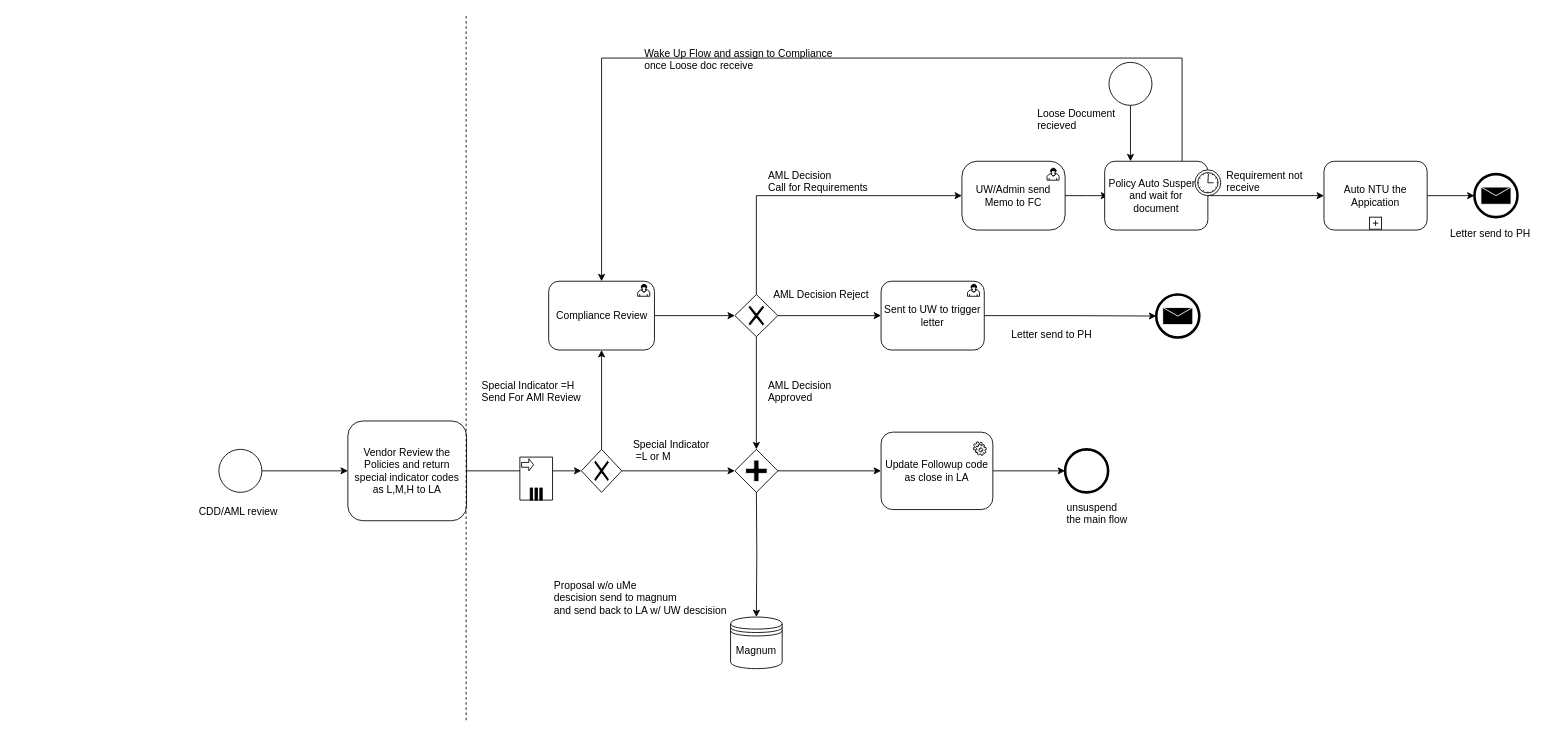
Before: page "AML" (6 of 7) of Untitled Diagram.drawio in Jefferzonlee/WorkFlow-BPR, a draw.io diagram. Source tidied: cells renumbered, new cells numbered last; positions are measured from the earlier drawing's top-left corner, leaving out a move shared by most shapes. Both pictures are drawn from the tidied source at 86%, with x=0, y=0 at pixel (197, 15).
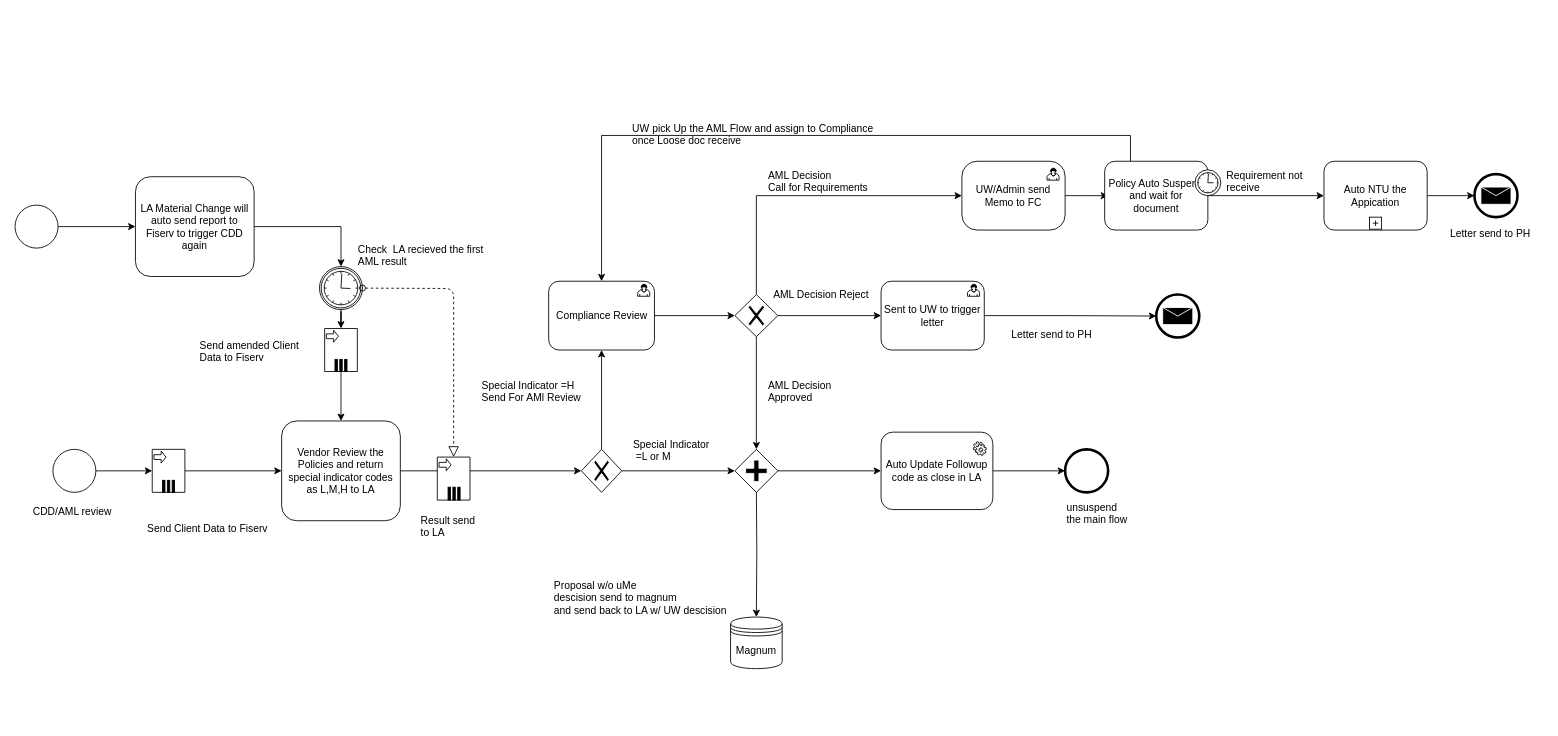
The same diagram, later.

The change refers to these unchanged cells:
```xml
<mxCell id="13" value="Compliance Review" style="shape=ext;rounded=1;html=1;whiteSpace=wrap;" parent="1" vertex="1">
  <mxGeometry x="408.5" y="309.5" width="123" height="80" as="geometry" />
</mxCell>
<mxCell id="46" value="Policy Auto Suspend and wait for document" style="html=1;whiteSpace=wrap;rounded=1;" parent="1" vertex="1">
  <mxGeometry x="1055" y="170" width="120" height="80" as="geometry" />
</mxCell>
```

What changed in the source:
```diff
@@
-    <mxCell id="3" value="Update Followup code as close in LA&lt;br&gt;" style="html=1;whiteSpace=wrap;rounded=1;" parent="1" vertex="1">
+    <mxCell id="3" value="Auto Update Followup code as close in LA&lt;br&gt;" style="html=1;whiteSpace=wrap;rounded=1;" parent="1" vertex="1">
       <mxGeometry x="795" y="485" width="130" height="90" as="geometry" />
     </mxCell>
@@
     <mxCell id="11" value="Vendor Review the Policies and return special indicator codes as L,M,H to LA" style="html=1;whiteSpace=wrap;rounded=1;" parent="1" vertex="1">
-      <mxGeometry x="175" y="472" width="138" height="116" as="geometry" />
+      <mxGeometry x="98" y="472" width="138" height="116" as="geometry" />
     </mxCell>
@@
     <mxCell id="18" style="shape=note;whiteSpace=wrap;size=0;html=1;" parent="1" vertex="1">
-      <mxGeometry x="375" y="514" width="38" height="50" as="geometry" />
+      <mxGeometry x="279" y="514" width="38" height="50" as="geometry" />
     </mxCell>
@@
     <mxCell id="20" style="html=1;whiteSpace=wrap;shape=parallelMarker;" parent="18" vertex="1">
-      <mxGeometry x="0.5" y="1" width="14" height="14" relative="1" as="geometry">
-        <mxPoint x="-7" y="-14" as="offset" />
+      <mxGeometry x="0.5" y="1" width="14" height="15" relative="1" as="geometry">
+        <mxPoint x="-6.5" y="-15" as="offset" />
       </mxGeometry>
     </mxCell>
@@
-    <mxCell id="27" style="edgeStyle=orthogonalEdgeStyle;rounded=0;jettySize=auto;html=1;" parent="1" edge="1" source="28" target="11">
+    <mxCell id="27" style="edgeStyle=orthogonalEdgeStyle;rounded=0;jettySize=auto;html=1;entryX=0;entryY=0.5;entryDx=0;entryDy=0;" parent="1" edge="1" source="63" target="11">
       <mxGeometry relative="1" as="geometry" />
     </mxCell>
     <mxCell id="28" style="shape=mxgraph.bpmn.shape;html=1;verticalLabelPosition=bottom;labelBackgroundColor=#ffffff;verticalAlign=top;align=center;perimeter=ellipsePerimeter;outlineConnect=0;outline=standard;symbol=general;" parent="1" vertex="1">
-      <mxGeometry x="25" y="505" width="50" height="50" as="geometry" />
+      <mxGeometry x="-168" y="505" width="50" height="50" as="geometry" />
     </mxCell>
     <mxCell id="29" value="CDD/AML review" style="text;html=1;align=left;verticalAlign=top;spacingTop=-4;" parent="1" vertex="1">
-      <mxGeometry y="568" width="110" height="20" as="geometry" />
+      <mxGeometry x="-193" y="568" width="110" height="20" as="geometry" />
     </mxCell>
@@
-    <mxCell id="40" style="edgeStyle=orthogonalEdgeStyle;rounded=0;jettySize=auto;html=1;entryX=0.25;entryY=0;entryDx=0;entryDy=0;exitX=0.5;exitY=1;exitDx=0;exitDy=0;" parent="1" edge="1" source="41" target="46">
-      <mxGeometry relative="1" as="geometry" />
-    </mxCell>
-    <mxCell id="41" style="shape=mxgraph.bpmn.shape;html=1;verticalLabelPosition=bottom;labelBackgroundColor=#ffffff;verticalAlign=top;align=center;perimeter=ellipsePerimeter;outlineConnect=0;outline=standard;symbol=general;" parent="1" vertex="1">
-      <mxGeometry x="1060" y="55" width="50" height="50" as="geometry" />
-    </mxCell>
-    <mxCell id="42" value="Loose Document &lt;br&gt;recieved" style="text;html=1;align=left;verticalAlign=top;spacingTop=-4;" parent="1" vertex="1">
-      <mxGeometry x="975" y="105" width="110" height="30" as="geometry" />
-    </mxCell>
@@
-    <mxCell id="44" style="edgeStyle=orthogonalEdgeStyle;rounded=0;jettySize=auto;html=1;exitX=0.75;exitY=0;exitDx=0;exitDy=0;entryX=0.5;entryY=0;entryDx=0;entryDy=0;" parent="1" edge="1" source="46" target="13">
+    <mxCell id="44" style="edgeStyle=orthogonalEdgeStyle;rounded=0;jettySize=auto;html=1;exitX=0.25;exitY=0;exitDx=0;exitDy=0;entryX=0.5;entryY=0;entryDx=0;entryDy=0;" parent="1" edge="1" source="46" target="13">
       <mxGeometry relative="1" as="geometry">
         <Array as="points">
-          <mxPoint x="1145" y="50" />
-          <mxPoint x="470" y="50" />
+          <mxPoint x="1085" y="140" />
+          <mxPoint x="470" y="140" />
         </Array>
       </mxGeometry>
     </mxCell>
@@
-    <mxCell id="48" value="Wake Up Flow and assign to Compliance&lt;br&gt;once Loose doc receive&lt;br&gt;" style="text;html=1;align=left;verticalAlign=top;spacingTop=-4;" parent="1" vertex="1">
-      <mxGeometry x="518" y="35" width="230" height="30" as="geometry" />
+    <mxCell id="48" value="UW pick Up the AML Flow and assign to Compliance&lt;br&gt;once Loose doc receive&lt;br&gt;" style="text;html=1;align=left;verticalAlign=top;spacingTop=-4;" parent="1" vertex="1">
+      <mxGeometry x="504" y="122" width="300" height="30" as="geometry" />
     </mxCell>
@@
-    <mxCell id="56" style="endArrow=none;dashed=1;html=1;" parent="1" edge="1">
-      <mxGeometry relative="1" as="geometry">
-        <mxPoint x="312.5" y="820" as="sourcePoint" />
-        <mxPoint x="312.5" as="targetPoint" />
-      </mxGeometry>
-    </mxCell>
@@
+    <mxCell id="58" style="edgeStyle=orthogonalEdgeStyle;rounded=0;jettySize=auto;html=1;" parent="1" edge="1" source="59" target="62">
+      <mxGeometry relative="1" as="geometry" />
+    </mxCell>
+    <mxCell id="59" style="shape=mxgraph.bpmn.shape;html=1;verticalLabelPosition=bottom;labelBackgroundColor=#ffffff;verticalAlign=top;align=center;perimeter=ellipsePerimeter;outlineConnect=0;outline=standard;symbol=general;" parent="1" vertex="1">
+      <mxGeometry x="-212" y="221" width="50" height="50" as="geometry" />
+    </mxCell>
+    <mxCell id="60" style="edgeStyle=orthogonalEdgeStyle;rounded=0;jettySize=auto;html=1;" parent="1" edge="1" source="73" target="11">
+      <mxGeometry relative="1" as="geometry" />
+    </mxCell>
+    <mxCell id="61" style="edgeStyle=orthogonalEdgeStyle;rounded=0;jettySize=auto;html=1;entryX=0.5;entryY=0;entryDx=0;entryDy=0;" parent="1" edge="1" source="62" target="69">
+      <mxGeometry relative="1" as="geometry" />
+    </mxCell>
+    <mxCell id="62" value="LA Material Change will auto send report to Fiserv to trigger CDD again" style="html=1;whiteSpace=wrap;rounded=1;" parent="1" vertex="1">
+      <mxGeometry x="-72" y="188" width="138" height="116" as="geometry" />
+    </mxCell>
+    <mxCell id="63" style="shape=note;whiteSpace=wrap;size=0;html=1;" parent="1" vertex="1">
+      <mxGeometry x="-52.5" y="505" width="38" height="50" as="geometry" />
+    </mxCell>
+    <mxCell id="64" style="html=1;shape=singleArrow;arrowWidth=0.4;arrowSize=0.4;" parent="63" vertex="1">
+      <mxGeometry width="14" height="14" relative="1" as="geometry">
+        <mxPoint x="2" y="2" as="offset" />
+      </mxGeometry>
+    </mxCell>
+    <mxCell id="65" style="html=1;whiteSpace=wrap;shape=parallelMarker;" parent="63" vertex="1">
+      <mxGeometry x="0.5" y="1" width="14" height="14" relative="1" as="geometry">
+        <mxPoint x="-7" y="-14" as="offset" />
+      </mxGeometry>
+    </mxCell>
+    <mxCell id="66" style="edgeStyle=orthogonalEdgeStyle;rounded=0;jettySize=auto;html=1;" parent="1" edge="1" source="28" target="63">
+      <mxGeometry relative="1" as="geometry" />
+    </mxCell>
+    <mxCell id="67" value="Result send &lt;br&gt;to LA" style="text;html=1;align=left;verticalAlign=top;spacingTop=-4;" parent="1" vertex="1">
+      <mxGeometry x="258" y="578" width="80" height="30" as="geometry" />
+    </mxCell>
+    <mxCell id="68" style="edgeStyle=orthogonalEdgeStyle;rounded=0;jettySize=auto;html=1;entryX=0;entryY=0;entryDx=19;entryDy=0;entryPerimeter=0;" parent="1" edge="1" source="69" target="73">
+      <mxGeometry relative="1" as="geometry" />
+    </mxCell>
+    <mxCell id="69" style="shape=mxgraph.bpmn.shape;html=1;verticalLabelPosition=bottom;labelBackgroundColor=#ffffff;verticalAlign=top;align=center;perimeter=ellipsePerimeter;outlineConnect=0;outline=boundInt;symbol=timer;" parent="1" vertex="1">
+      <mxGeometry x="142" y="292.5" width="50" height="50" as="geometry" />
+    </mxCell>
+    <mxCell id="70" style="startArrow=oval;startFill=0;startSize=7;endArrow=block;endFill=0;endSize=10;dashed=1;html=1;entryX=0;entryY=0;entryDx=19;entryDy=0;entryPerimeter=0;exitX=1;exitY=0.5;exitDx=0;exitDy=0;" parent="1" edge="1" source="69" target="18">
+      <mxGeometry relative="1" as="geometry">
+        <Array as="points">
+          <mxPoint x="298" y="318" />
+        </Array>
+      </mxGeometry>
+    </mxCell>
+    <mxCell id="71" value="Check&amp;nbsp; LA recieved the first &lt;br&gt;AML result" style="text;html=1;align=left;verticalAlign=top;spacingTop=-4;" parent="1" vertex="1">
+      <mxGeometry x="185" y="262.5" width="170" height="30" as="geometry" />
+    </mxCell>
+    <mxCell id="72" value="Send Client Data to Fiserv" style="text;html=1;align=left;verticalAlign=top;spacingTop=-4;" parent="1" vertex="1">
+      <mxGeometry x="-60" y="588" width="160" height="20" as="geometry" />
+    </mxCell>
+    <mxCell id="73" style="shape=note;whiteSpace=wrap;size=0;html=1;" parent="1" vertex="1">
+      <mxGeometry x="148" y="364.5" width="38" height="50" as="geometry" />
+    </mxCell>
+    <mxCell id="74" style="html=1;shape=singleArrow;arrowWidth=0.4;arrowSize=0.4;" parent="73" vertex="1">
+      <mxGeometry width="14" height="14" relative="1" as="geometry">
+        <mxPoint x="2" y="2" as="offset" />
+      </mxGeometry>
+    </mxCell>
+    <mxCell id="75" style="html=1;whiteSpace=wrap;shape=parallelMarker;" parent="73" vertex="1">
+      <mxGeometry x="0.5" y="1" width="14" height="14" relative="1" as="geometry">
+        <mxPoint x="-7" y="-14" as="offset" />
+      </mxGeometry>
+    </mxCell>
+    <mxCell id="76" value="Send amended Client &lt;br&gt;Data to Fiserv" style="text;html=1;align=left;verticalAlign=top;spacingTop=-4;" parent="1" vertex="1">
+      <mxGeometry x="1" y="374.5" width="130" height="30" as="geometry" />
+    </mxCell>
```
